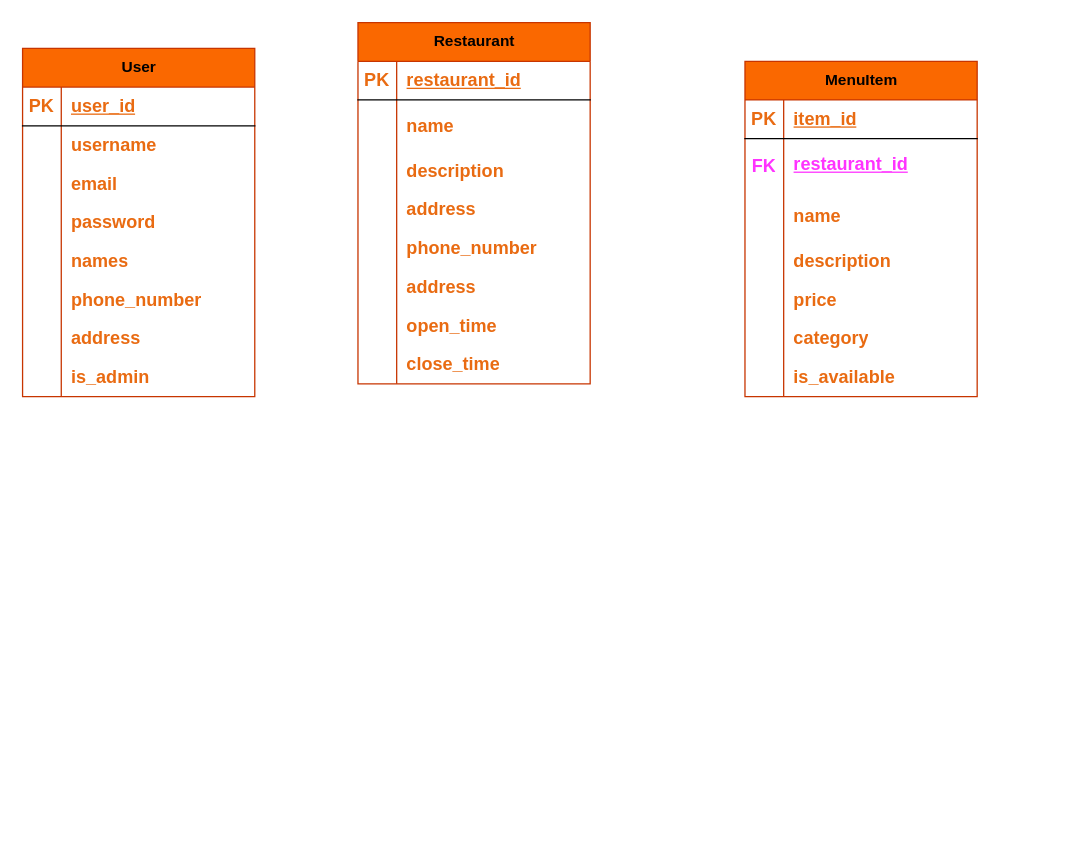
Above: FoodDeliveryDatabase.drawio in dabiko/draw-io (draw.io), before the change. Source tidied: cells renumbered, new cells numbered last; positions are measured from the earlier drawing's top-left corner, leaving out a move shared by most shapes. Both pictures are drawn from the tidied source at 129%, with x=0, y=0 at pixel (22, 22).
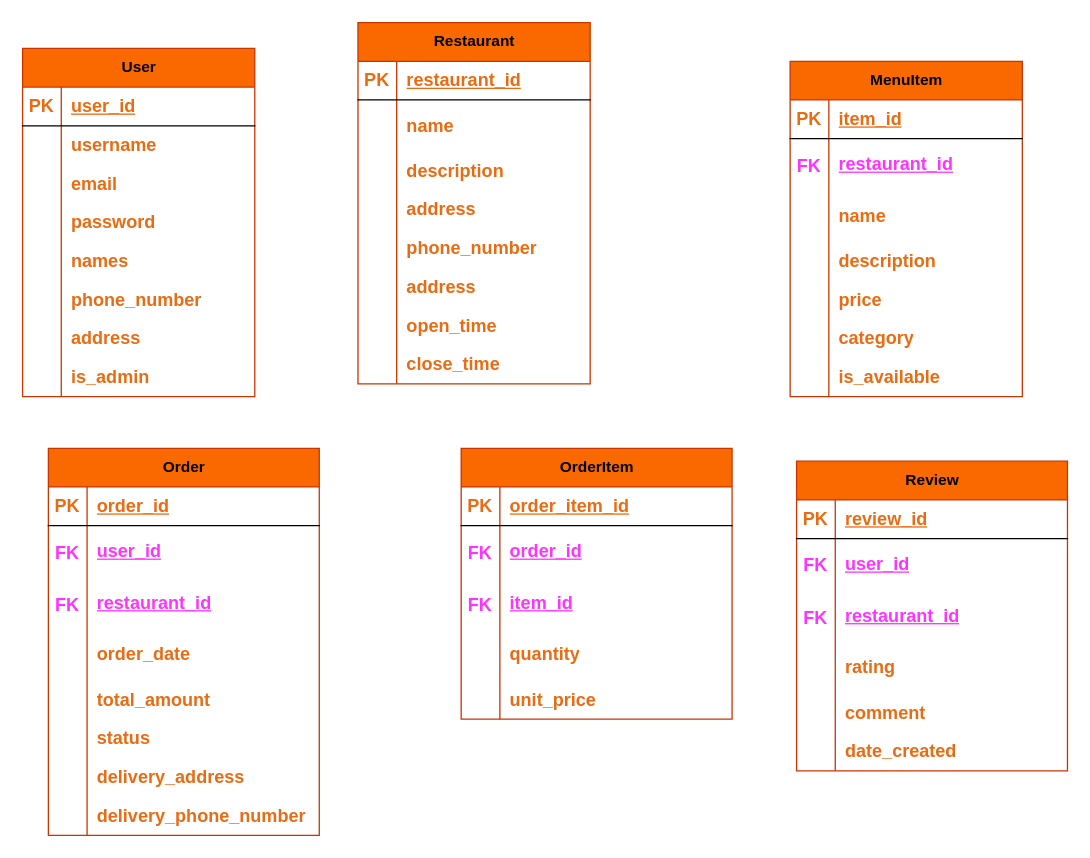
The same diagram, later.

What changed in the source:
```diff
@@
+    <mxCell id="75" style="group;" parent="1" vertex="1">
+      <mxGeometry x="595" y="30" width="180" height="260" as="geometry" />
+    </mxCell>
-    <mxCell id="52" value="MenuItem" style="shape=table;startSize=30;childLayout=tableLayout;rowLines=0;fontStyle=1;align=center;html=1;fillColor=#fa6800;strokeColor=#C73500;fontColor=#000000;" parent="1" vertex="1">
-      <mxGeometry x="560" y="30" width="180" height="260" as="geometry" />
+    <mxCell id="52" value="MenuItem" style="shape=table;startSize=30;childLayout=tableLayout;rowLines=0;fontStyle=1;align=center;html=1;fillColor=#fa6800;strokeColor=#C73500;fontColor=#000000;" parent="75" vertex="1">
+      <mxGeometry width="180" height="260" as="geometry" />
     </mxCell>
@@
-    <mxCell id="74" value="FK" style="shape=partialRectangle;fillColor=none;top=0;left=0;bottom=0;right=0;fontStyle=1;overflow=hidden;whiteSpace=wrap;html=1;fontSize=14;fontColor=#FF33FF;" parent="1" vertex="1">
-      <mxGeometry x="560" y="96" width="30" height="30" as="geometry" />
+    <mxCell id="74" value="FK" style="shape=partialRectangle;fillColor=none;top=0;left=0;bottom=0;right=0;fontStyle=1;overflow=hidden;whiteSpace=wrap;html=1;fontSize=14;fontColor=#FF33FF;" parent="75" vertex="1">
+      <mxGeometry y="66" width="30" height="30" as="geometry" />
     </mxCell>
+    <mxCell id="76" style="group;" parent="1" vertex="1">
+      <mxGeometry x="340" y="330" width="210" height="210" as="geometry" />
+    </mxCell>
+    <mxCell id="77" value="OrderItem" style="shape=table;startSize=30;childLayout=tableLayout;rowLines=0;fontStyle=1;align=center;html=1;fillColor=#fa6800;strokeColor=#C73500;fontColor=#000000;" parent="76" vertex="1">
+      <mxGeometry width="210" height="210" as="geometry" />
+    </mxCell>
+    <mxCell id="78" style="shape=tableRow;horizontal=0;startSize=0;swimlaneHead=0;swimlaneBody=0;fillColor=none;top=0;left=0;right=0;bottom=1;" parent="77" vertex="1">
+      <mxGeometry y="30" width="210" height="30" as="geometry" />
+    </mxCell>
+    <mxCell id="79" value="PK" style="shape=partialRectangle;fillColor=none;top=0;left=0;bottom=0;right=0;fontStyle=1;overflow=hidden;whiteSpace=wrap;html=1;fontSize=14;fontColor=#e96b12;" parent="78" vertex="1">
+      <mxGeometry width="30" height="30" as="geometry" />
+    </mxCell>
+    <mxCell id="80" value="order_item_id" style="shape=partialRectangle;fillColor=none;top=0;left=0;bottom=0;right=0;align=left;spacingLeft=6;fontStyle=5;overflow=hidden;whiteSpace=wrap;html=1;fontSize=14;fontColor=#e96b12;" parent="78" vertex="1">
+      <mxGeometry x="30" width="180" height="30" as="geometry" />
+    </mxCell>
+    <mxCell id="81" style="shape=tableRow;horizontal=0;startSize=0;swimlaneHead=0;swimlaneBody=0;fillColor=none;top=0;left=0;right=0;bottom=0;" parent="77" vertex="1">
+      <mxGeometry y="60" width="210" height="40" as="geometry" />
+    </mxCell>
+    <mxCell id="82" style="shape=partialRectangle;fillColor=none;top=0;left=0;bottom=0;right=0;overflow=hidden;whiteSpace=wrap;html=1;" parent="81" vertex="1">
+      <mxGeometry width="30" height="40" as="geometry" />
+    </mxCell>
+    <mxCell id="83" value="&lt;span style=&quot;text-decoration-line: underline; font-size: 14px;&quot;&gt;order_id&lt;/span&gt;" style="shape=partialRectangle;fillColor=none;top=0;left=0;bottom=0;right=0;align=left;spacingLeft=6;overflow=hidden;whiteSpace=wrap;html=1;fontStyle=1;fontSize=14;fontColor=#FF33FF;" parent="81" vertex="1">
+      <mxGeometry x="30" width="180" height="40" as="geometry" />
+    </mxCell>
+    <mxCell id="84" style="shape=tableRow;horizontal=0;startSize=0;swimlaneHead=0;swimlaneBody=0;fillColor=none;top=0;left=0;right=0;bottom=0;" parent="77" vertex="1">
+      <mxGeometry y="100" width="210" height="40" as="geometry" />
+    </mxCell>
+    <mxCell id="85" style="shape=partialRectangle;fillColor=none;top=0;left=0;bottom=0;right=0;overflow=hidden;whiteSpace=wrap;html=1;" parent="84" vertex="1">
+      <mxGeometry width="30" height="40" as="geometry" />
+    </mxCell>
+    <mxCell id="86" value="&lt;span style=&quot;text-decoration-line: underline; font-size: 14px;&quot;&gt;item_id&lt;/span&gt;" style="shape=partialRectangle;fillColor=none;top=0;left=0;bottom=0;right=0;align=left;spacingLeft=6;overflow=hidden;whiteSpace=wrap;html=1;fontStyle=1;fontSize=14;fontColor=#FF33FF;" parent="84" vertex="1">
+      <mxGeometry x="30" width="180" height="40" as="geometry" />
+    </mxCell>
+    <mxCell id="87" style="shape=tableRow;horizontal=0;startSize=0;swimlaneHead=0;swimlaneBody=0;fillColor=none;top=0;left=0;right=0;bottom=0;" parent="77" vertex="1">
+      <mxGeometry y="140" width="210" height="40" as="geometry" />
+    </mxCell>
+    <mxCell id="88" style="shape=partialRectangle;fillColor=none;top=0;left=0;bottom=0;right=0;overflow=hidden;whiteSpace=wrap;html=1;" parent="87" vertex="1">
+      <mxGeometry width="30" height="40" as="geometry" />
+    </mxCell>
+    <mxCell id="89" value="quantity" style="shape=partialRectangle;fillColor=none;top=0;left=0;bottom=0;right=0;align=left;spacingLeft=6;overflow=hidden;whiteSpace=wrap;html=1;fontStyle=1;fontSize=14;fontColor=#e96b12;" parent="87" vertex="1">
+      <mxGeometry x="30" width="180" height="40" as="geometry" />
+    </mxCell>
+    <mxCell id="90" style="shape=tableRow;horizontal=0;startSize=0;swimlaneHead=0;swimlaneBody=0;fillColor=none;top=0;left=0;right=0;bottom=0;" parent="77" vertex="1">
+      <mxGeometry y="180" width="210" height="30" as="geometry" />
+    </mxCell>
+    <mxCell id="91" style="shape=partialRectangle;fillColor=none;top=0;left=0;bottom=0;right=0;overflow=hidden;whiteSpace=wrap;html=1;" parent="90" vertex="1">
+      <mxGeometry width="30" height="30" as="geometry" />
+    </mxCell>
+    <mxCell id="92" value="unit_price" style="shape=partialRectangle;fillColor=none;top=0;left=0;bottom=0;right=0;align=left;spacingLeft=6;overflow=hidden;whiteSpace=wrap;html=1;fontStyle=1;fontSize=14;fontColor=#e96b12;" parent="90" vertex="1">
+      <mxGeometry x="30" width="180" height="30" as="geometry" />
+    </mxCell>
+    <mxCell id="93" value="FK" style="shape=partialRectangle;fillColor=none;top=0;left=0;bottom=0;right=0;fontStyle=1;overflow=hidden;whiteSpace=wrap;html=1;fontSize=14;fontColor=#FF33FF;" parent="76" vertex="1">
+      <mxGeometry y="66" width="30" height="30" as="geometry" />
+    </mxCell>
+    <mxCell id="94" value="FK" style="shape=partialRectangle;fillColor=none;top=0;left=0;bottom=0;right=0;fontStyle=1;overflow=hidden;whiteSpace=wrap;html=1;fontSize=14;fontColor=#FF33FF;" parent="76" vertex="1">
+      <mxGeometry y="107" width="30" height="30" as="geometry" />
+    </mxCell>
+    <mxCell id="95" style="group;" parent="1" vertex="1">
+      <mxGeometry x="20" y="330" width="210" height="300" as="geometry" />
+    </mxCell>
+    <mxCell id="96" value="Order" style="shape=table;startSize=30;childLayout=tableLayout;rowLines=0;fontStyle=1;align=center;html=1;fillColor=#fa6800;strokeColor=#C73500;fontColor=#000000;" parent="95" vertex="1">
+      <mxGeometry width="210" height="300" as="geometry" />
+    </mxCell>
+    <mxCell id="97" style="shape=tableRow;horizontal=0;startSize=0;swimlaneHead=0;swimlaneBody=0;fillColor=none;top=0;left=0;right=0;bottom=1;" parent="96" vertex="1">
+      <mxGeometry y="30" width="210" height="30" as="geometry" />
+    </mxCell>
+    <mxCell id="98" value="PK" style="shape=partialRectangle;fillColor=none;top=0;left=0;bottom=0;right=0;fontStyle=1;overflow=hidden;whiteSpace=wrap;html=1;fontSize=14;fontColor=#e96b12;" parent="97" vertex="1">
+      <mxGeometry width="30" height="30" as="geometry" />
+    </mxCell>
+    <mxCell id="99" value="order_id" style="shape=partialRectangle;fillColor=none;top=0;left=0;bottom=0;right=0;align=left;spacingLeft=6;fontStyle=5;overflow=hidden;whiteSpace=wrap;html=1;fontSize=14;fontColor=#e96b12;" parent="97" vertex="1">
+      <mxGeometry x="30" width="180" height="30" as="geometry" />
+    </mxCell>
+    <mxCell id="100" style="shape=tableRow;horizontal=0;startSize=0;swimlaneHead=0;swimlaneBody=0;fillColor=none;top=0;left=0;right=0;bottom=0;" parent="96" vertex="1">
+      <mxGeometry y="60" width="210" height="40" as="geometry" />
+    </mxCell>
+    <mxCell id="101" style="shape=partialRectangle;fillColor=none;top=0;left=0;bottom=0;right=0;overflow=hidden;whiteSpace=wrap;html=1;" parent="100" vertex="1">
+      <mxGeometry width="30" height="40" as="geometry" />
+    </mxCell>
+    <mxCell id="102" value="&lt;span style=&quot;text-decoration-line: underline; font-size: 14px;&quot;&gt;user_id&lt;/span&gt;" style="shape=partialRectangle;fillColor=none;top=0;left=0;bottom=0;right=0;align=left;spacingLeft=6;overflow=hidden;whiteSpace=wrap;html=1;fontStyle=1;fontSize=14;fontColor=#FF33FF;" parent="100" vertex="1">
+      <mxGeometry x="30" width="180" height="40" as="geometry" />
+    </mxCell>
+    <mxCell id="103" style="shape=tableRow;horizontal=0;startSize=0;swimlaneHead=0;swimlaneBody=0;fillColor=none;top=0;left=0;right=0;bottom=0;" parent="96" vertex="1">
+      <mxGeometry y="100" width="210" height="40" as="geometry" />
+    </mxCell>
+    <mxCell id="104" style="shape=partialRectangle;fillColor=none;top=0;left=0;bottom=0;right=0;overflow=hidden;whiteSpace=wrap;html=1;" parent="103" vertex="1">
+      <mxGeometry width="30" height="40" as="geometry" />
+    </mxCell>
+    <mxCell id="105" value="&lt;span style=&quot;text-decoration-line: underline; font-size: 14px;&quot;&gt;restaurant_id&lt;/span&gt;" style="shape=partialRectangle;fillColor=none;top=0;left=0;bottom=0;right=0;align=left;spacingLeft=6;overflow=hidden;whiteSpace=wrap;html=1;fontStyle=1;fontSize=14;fontColor=#FF33FF;" parent="103" vertex="1">
+      <mxGeometry x="30" width="180" height="40" as="geometry" />
+    </mxCell>
+    <mxCell id="106" style="shape=tableRow;horizontal=0;startSize=0;swimlaneHead=0;swimlaneBody=0;fillColor=none;top=0;left=0;right=0;bottom=0;" parent="96" vertex="1">
+      <mxGeometry y="140" width="210" height="40" as="geometry" />
+    </mxCell>
+    <mxCell id="107" style="shape=partialRectangle;fillColor=none;top=0;left=0;bottom=0;right=0;overflow=hidden;whiteSpace=wrap;html=1;" parent="106" vertex="1">
+      <mxGeometry width="30" height="40" as="geometry" />
+    </mxCell>
+    <mxCell id="108" value="order_date" style="shape=partialRectangle;fillColor=none;top=0;left=0;bottom=0;right=0;align=left;spacingLeft=6;overflow=hidden;whiteSpace=wrap;html=1;fontStyle=1;fontSize=14;fontColor=#e96b12;" parent="106" vertex="1">
+      <mxGeometry x="30" width="180" height="40" as="geometry" />
+    </mxCell>
+    <mxCell id="109" style="shape=tableRow;horizontal=0;startSize=0;swimlaneHead=0;swimlaneBody=0;fillColor=none;top=0;left=0;right=0;bottom=0;" parent="96" vertex="1">
+      <mxGeometry y="180" width="210" height="30" as="geometry" />
+    </mxCell>
+    <mxCell id="110" style="shape=partialRectangle;fillColor=none;top=0;left=0;bottom=0;right=0;overflow=hidden;whiteSpace=wrap;html=1;" parent="109" vertex="1">
+      <mxGeometry width="30" height="30" as="geometry" />
+    </mxCell>
+    <mxCell id="111" value="total_amount" style="shape=partialRectangle;fillColor=none;top=0;left=0;bottom=0;right=0;align=left;spacingLeft=6;overflow=hidden;whiteSpace=wrap;html=1;fontStyle=1;fontSize=14;fontColor=#e96b12;" parent="109" vertex="1">
+      <mxGeometry x="30" width="180" height="30" as="geometry" />
+    </mxCell>
+    <mxCell id="112" style="shape=tableRow;horizontal=0;startSize=0;swimlaneHead=0;swimlaneBody=0;fillColor=none;top=0;left=0;right=0;bottom=0;" parent="96" vertex="1">
+      <mxGeometry y="210" width="210" height="30" as="geometry" />
+    </mxCell>
+    <mxCell id="113" style="shape=partialRectangle;fillColor=none;top=0;left=0;bottom=0;right=0;overflow=hidden;whiteSpace=wrap;html=1;" parent="112" vertex="1">
+      <mxGeometry width="30" height="30" as="geometry" />
+    </mxCell>
+    <mxCell id="114" value="status" style="shape=partialRectangle;fillColor=none;top=0;left=0;bottom=0;right=0;align=left;spacingLeft=6;overflow=hidden;whiteSpace=wrap;html=1;fontStyle=1;fontSize=14;fontColor=#e96b12;" parent="112" vertex="1">
+      <mxGeometry x="30" width="180" height="30" as="geometry" />
+    </mxCell>
+    <mxCell id="115" style="shape=tableRow;horizontal=0;startSize=0;swimlaneHead=0;swimlaneBody=0;fillColor=none;top=0;left=0;right=0;bottom=0;" parent="96" vertex="1">
+      <mxGeometry y="240" width="210" height="30" as="geometry" />
+    </mxCell>
+    <mxCell id="116" style="shape=partialRectangle;fillColor=none;top=0;left=0;bottom=0;right=0;overflow=hidden;whiteSpace=wrap;html=1;" parent="115" vertex="1">
+      <mxGeometry width="30" height="30" as="geometry" />
+    </mxCell>
+    <mxCell id="117" value="delivery_address" style="shape=partialRectangle;fillColor=none;top=0;left=0;bottom=0;right=0;align=left;spacingLeft=6;overflow=hidden;whiteSpace=wrap;html=1;fontStyle=1;fontSize=14;fontColor=#e96b12;" parent="115" vertex="1">
+      <mxGeometry x="30" width="180" height="30" as="geometry" />
+    </mxCell>
+    <mxCell id="118" style="shape=tableRow;horizontal=0;startSize=0;swimlaneHead=0;swimlaneBody=0;fillColor=none;top=0;left=0;right=0;bottom=0;" parent="96" vertex="1">
+      <mxGeometry y="270" width="210" height="30" as="geometry" />
+    </mxCell>
+    <mxCell id="119" style="shape=partialRectangle;fillColor=none;top=0;left=0;bottom=0;right=0;overflow=hidden;whiteSpace=wrap;html=1;" parent="118" vertex="1">
+      <mxGeometry width="30" height="30" as="geometry" />
+    </mxCell>
+    <mxCell id="120" value="delivery_phone_number" style="shape=partialRectangle;fillColor=none;top=0;left=0;bottom=0;right=0;align=left;spacingLeft=6;overflow=hidden;whiteSpace=wrap;html=1;fontStyle=1;fontSize=14;fontColor=#e96b12;" parent="118" vertex="1">
+      <mxGeometry x="30" width="180" height="30" as="geometry" />
+    </mxCell>
+    <mxCell id="121" value="FK" style="shape=partialRectangle;fillColor=none;top=0;left=0;bottom=0;right=0;fontStyle=1;overflow=hidden;whiteSpace=wrap;html=1;fontSize=14;fontColor=#FF33FF;" parent="95" vertex="1">
+      <mxGeometry y="66" width="30" height="30" as="geometry" />
+    </mxCell>
+    <mxCell id="122" value="FK" style="shape=partialRectangle;fillColor=none;top=0;left=0;bottom=0;right=0;fontStyle=1;overflow=hidden;whiteSpace=wrap;html=1;fontSize=14;fontColor=#FF33FF;" parent="95" vertex="1">
+      <mxGeometry y="107" width="30" height="30" as="geometry" />
+    </mxCell>
+    <mxCell id="123" style="group;" parent="1" vertex="1">
+      <mxGeometry x="600" y="340" width="210" height="210" as="geometry" />
+    </mxCell>
+    <mxCell id="124" value="Review" style="shape=table;startSize=30;childLayout=tableLayout;rowLines=0;fontStyle=1;align=center;html=1;fillColor=#fa6800;strokeColor=#C73500;fontColor=#000000;" parent="123" vertex="1">
+      <mxGeometry width="210" height="240" as="geometry" />
+    </mxCell>
+    <mxCell id="125" style="shape=tableRow;horizontal=0;startSize=0;swimlaneHead=0;swimlaneBody=0;fillColor=none;top=0;left=0;right=0;bottom=1;" parent="124" vertex="1">
+      <mxGeometry y="30" width="210" height="30" as="geometry" />
+    </mxCell>
+    <mxCell id="126" value="PK" style="shape=partialRectangle;fillColor=none;top=0;left=0;bottom=0;right=0;fontStyle=1;overflow=hidden;whiteSpace=wrap;html=1;fontSize=14;fontColor=#e96b12;" parent="125" vertex="1">
+      <mxGeometry width="30" height="30" as="geometry" />
+    </mxCell>
+    <mxCell id="127" value="review_id" style="shape=partialRectangle;fillColor=none;top=0;left=0;bottom=0;right=0;align=left;spacingLeft=6;fontStyle=5;overflow=hidden;whiteSpace=wrap;html=1;fontSize=14;fontColor=#e96b12;" parent="125" vertex="1">
+      <mxGeometry x="30" width="180" height="30" as="geometry" />
+    </mxCell>
+    <mxCell id="128" style="shape=tableRow;horizontal=0;startSize=0;swimlaneHead=0;swimlaneBody=0;fillColor=none;top=0;left=0;right=0;bottom=0;" parent="124" vertex="1">
+      <mxGeometry y="60" width="210" height="40" as="geometry" />
+    </mxCell>
+    <mxCell id="129" style="shape=partialRectangle;fillColor=none;top=0;left=0;bottom=0;right=0;overflow=hidden;whiteSpace=wrap;html=1;" parent="128" vertex="1">
+      <mxGeometry width="30" height="40" as="geometry" />
+    </mxCell>
+    <mxCell id="130" value="&lt;span style=&quot;text-decoration-line: underline; font-size: 14px;&quot;&gt;user_id&lt;/span&gt;" style="shape=partialRectangle;fillColor=none;top=0;left=0;bottom=0;right=0;align=left;spacingLeft=6;overflow=hidden;whiteSpace=wrap;html=1;fontStyle=1;fontSize=14;fontColor=#FF33FF;" parent="128" vertex="1">
+      <mxGeometry x="30" width="180" height="40" as="geometry" />
+    </mxCell>
+    <mxCell id="131" style="shape=tableRow;horizontal=0;startSize=0;swimlaneHead=0;swimlaneBody=0;fillColor=none;top=0;left=0;right=0;bottom=0;" parent="124" vertex="1">
+      <mxGeometry y="100" width="210" height="40" as="geometry" />
+    </mxCell>
+    <mxCell id="132" style="shape=partialRectangle;fillColor=none;top=0;left=0;bottom=0;right=0;overflow=hidden;whiteSpace=wrap;html=1;" parent="131" vertex="1">
+      <mxGeometry width="30" height="40" as="geometry" />
+    </mxCell>
+    <mxCell id="133" value="&lt;span style=&quot;text-decoration-line: underline;&quot;&gt;restaurant_id&lt;/span&gt;" style="shape=partialRectangle;fillColor=none;top=0;left=0;bottom=0;right=0;align=left;spacingLeft=6;overflow=hidden;whiteSpace=wrap;html=1;fontStyle=1;fontSize=14;fontColor=#FF33FF;" parent="131" vertex="1">
+      <mxGeometry x="30" width="180" height="40" as="geometry" />
+    </mxCell>
+    <mxCell id="134" style="shape=tableRow;horizontal=0;startSize=0;swimlaneHead=0;swimlaneBody=0;fillColor=none;top=0;left=0;right=0;bottom=0;" parent="124" vertex="1">
+      <mxGeometry y="140" width="210" height="40" as="geometry" />
+    </mxCell>
+    <mxCell id="135" style="shape=partialRectangle;fillColor=none;top=0;left=0;bottom=0;right=0;overflow=hidden;whiteSpace=wrap;html=1;" parent="134" vertex="1">
+      <mxGeometry width="30" height="40" as="geometry" />
+    </mxCell>
+    <mxCell id="136" value="rating" style="shape=partialRectangle;fillColor=none;top=0;left=0;bottom=0;right=0;align=left;spacingLeft=6;overflow=hidden;whiteSpace=wrap;html=1;fontStyle=1;fontSize=14;fontColor=#e96b12;" parent="134" vertex="1">
+      <mxGeometry x="30" width="180" height="40" as="geometry" />
+    </mxCell>
+    <mxCell id="137" style="shape=tableRow;horizontal=0;startSize=0;swimlaneHead=0;swimlaneBody=0;fillColor=none;top=0;left=0;right=0;bottom=0;" parent="124" vertex="1">
+      <mxGeometry y="180" width="210" height="30" as="geometry" />
+    </mxCell>
+    <mxCell id="138" style="shape=partialRectangle;fillColor=none;top=0;left=0;bottom=0;right=0;overflow=hidden;whiteSpace=wrap;html=1;" parent="137" vertex="1">
+      <mxGeometry width="30" height="30" as="geometry" />
+    </mxCell>
+    <mxCell id="139" value="comment" style="shape=partialRectangle;fillColor=none;top=0;left=0;bottom=0;right=0;align=left;spacingLeft=6;overflow=hidden;whiteSpace=wrap;html=1;fontStyle=1;fontSize=14;fontColor=#e96b12;" parent="137" vertex="1">
+      <mxGeometry x="30" width="180" height="30" as="geometry" />
+    </mxCell>
+    <mxCell id="140" style="shape=tableRow;horizontal=0;startSize=0;swimlaneHead=0;swimlaneBody=0;fillColor=none;top=0;left=0;right=0;bottom=0;" parent="124" vertex="1">
+      <mxGeometry y="210" width="210" height="30" as="geometry" />
+    </mxCell>
+    <mxCell id="141" style="shape=partialRectangle;fillColor=none;top=0;left=0;bottom=0;right=0;overflow=hidden;whiteSpace=wrap;html=1;" parent="140" vertex="1">
+      <mxGeometry width="30" height="30" as="geometry" />
+    </mxCell>
+    <mxCell id="142" value="date_created" style="shape=partialRectangle;fillColor=none;top=0;left=0;bottom=0;right=0;align=left;spacingLeft=6;overflow=hidden;whiteSpace=wrap;html=1;fontStyle=1;fontSize=14;fontColor=#e96b12;" parent="140" vertex="1">
+      <mxGeometry x="30" width="180" height="30" as="geometry" />
+    </mxCell>
+    <mxCell id="143" value="FK" style="shape=partialRectangle;fillColor=none;top=0;left=0;bottom=0;right=0;fontStyle=1;overflow=hidden;whiteSpace=wrap;html=1;fontSize=14;fontColor=#FF33FF;" parent="123" vertex="1">
+      <mxGeometry y="66" width="30" height="30" as="geometry" />
+    </mxCell>
+    <mxCell id="144" value="FK" style="shape=partialRectangle;fillColor=none;top=0;left=0;bottom=0;right=0;fontStyle=1;overflow=hidden;whiteSpace=wrap;html=1;fontSize=14;fontColor=#FF33FF;" parent="123" vertex="1">
+      <mxGeometry y="107" width="30" height="30" as="geometry" />
+    </mxCell>
```
